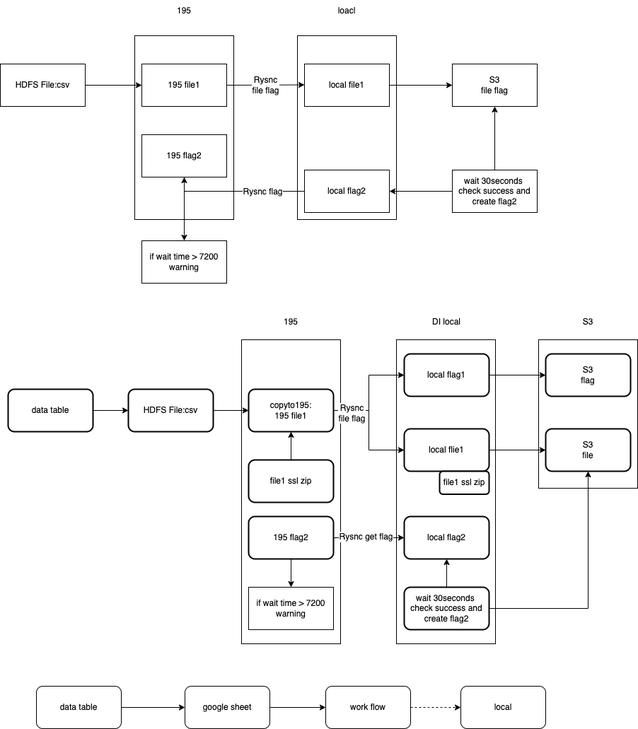
Above: test.drawio.png in a490888602/draw (draw.io), before the change. Source tidied: cells renumbered, new cells last; positions are measured from the earlier drawing's top-left corner, leaving out a move shared by most shapes.
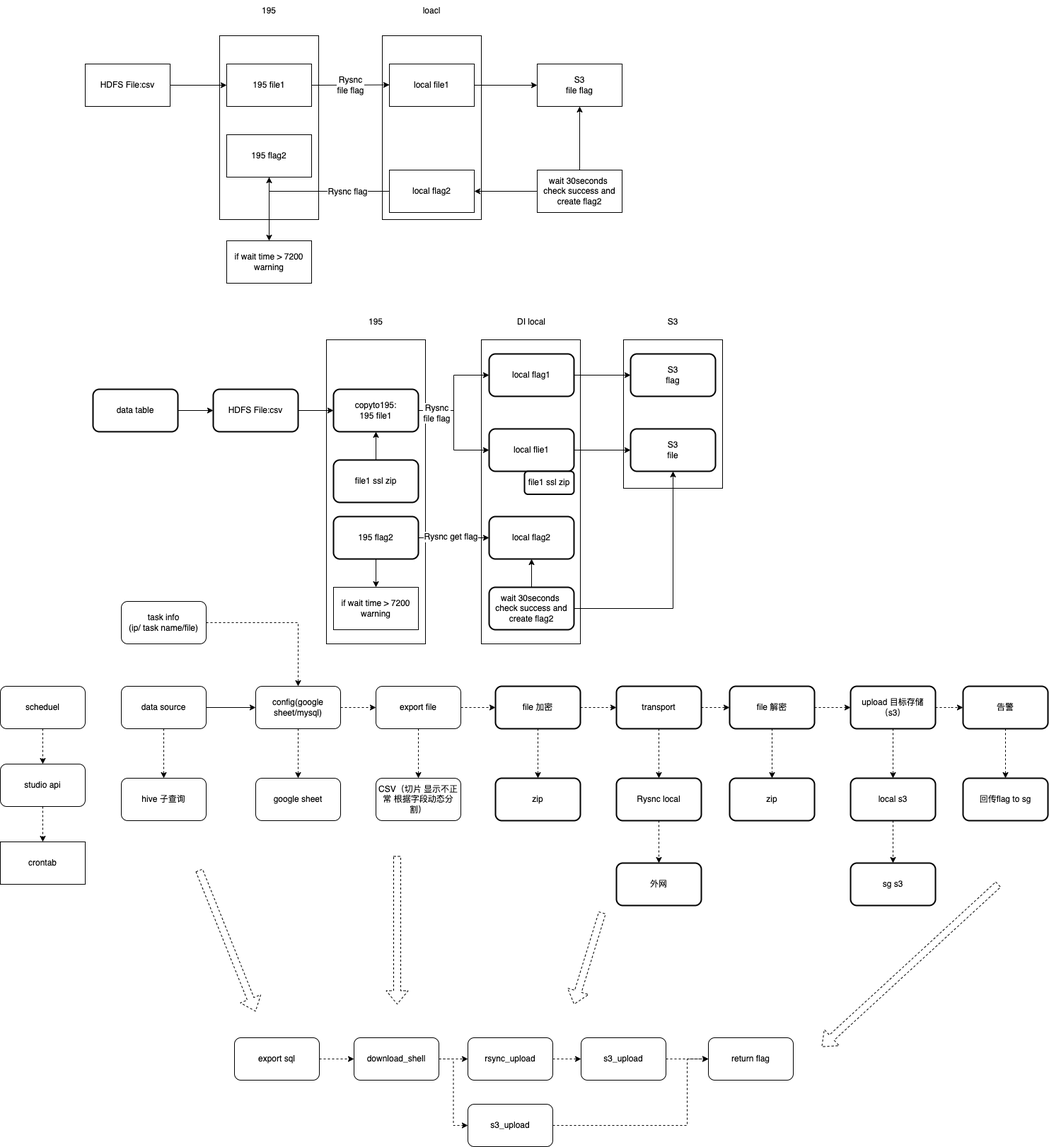
Later version of the same file.

What changed in the source:
```diff
@@ -166,29 +166,199 @@
     <mxCell id="53" value="S3" style="text;html=1;strokeColor=none;fillColor=none;align=center;verticalAlign=middle;whiteSpace=wrap;rounded=0;" parent="1" vertex="1">
       <mxGeometry x="801" y="440" width="60" height="30" as="geometry" />
     </mxCell>
-    <mxCell id="54" style="edgeStyle=orthogonalEdgeStyle;rounded=0;jettySize=auto;html=1;" parent="1" edge="1" source="55" target="59">
-      <mxGeometry relative="1" as="geometry" />
-    </mxCell>
+    <mxCell id="62" style="edgeStyle=orthogonalEdgeStyle;rounded=0;jettySize=auto;html=1;dashed=1;" parent="1" edge="1" source="55" target="68">
+      <mxGeometry relative="1" as="geometry" />
+    </mxCell>
+    <mxCell id="63" style="edgeStyle=orthogonalEdgeStyle;rounded=0;jettySize=auto;html=1;dashed=1;" parent="1" edge="1" source="55" target="84">
+      <mxGeometry relative="1" as="geometry" />
+    </mxCell>
-    <mxCell id="55" value="google sheet" style="rounded=1;whiteSpace=wrap;html=1;" parent="1" vertex="1">
-      <mxGeometry x="261" y="970" width="120" height="60" as="geometry" />
+    <mxCell id="55" value="config(google sheet/mysql)" style="rounded=1;whiteSpace=wrap;html=1;" parent="1" vertex="1">
+      <mxGeometry x="241" y="970" width="120" height="60" as="geometry" />
     </mxCell>
     <mxCell id="56" style="edgeStyle=orthogonalEdgeStyle;rounded=0;jettySize=auto;html=1;" parent="1" edge="1" source="57" target="55">
       <mxGeometry relative="1" as="geometry" />
     </mxCell>
+    <mxCell id="64" style="edgeStyle=orthogonalEdgeStyle;rounded=0;jettySize=auto;html=1;dashed=1;" parent="1" edge="1" source="57" target="83">
+      <mxGeometry relative="1" as="geometry" />
+    </mxCell>
-    <mxCell id="57" value="data table" style="rounded=1;whiteSpace=wrap;html=1;" parent="1" vertex="1">
+    <mxCell id="57" value="data source" style="rounded=1;whiteSpace=wrap;html=1;" parent="1" vertex="1">
       <mxGeometry x="51" y="970" width="120" height="60" as="geometry" />
     </mxCell>
-    <mxCell id="58" style="edgeStyle=orthogonalEdgeStyle;rounded=0;jettySize=auto;html=1;dashed=1;" parent="1" edge="1" source="59" target="60">
-      <mxGeometry relative="1" as="geometry" />
-    </mxCell>
+    <mxCell id="65" style="edgeStyle=orthogonalEdgeStyle;rounded=0;jettySize=auto;html=1;dashed=1;" parent="1" edge="1" source="59" target="96">
+      <mxGeometry relative="1" as="geometry" />
+    </mxCell>
-    <mxCell id="59" value="work flow" style="whiteSpace=wrap;html=1;rounded=1;" parent="1" vertex="1">
-      <mxGeometry x="460" y="970" width="120" height="60" as="geometry" />
+    <mxCell id="59" value="scheduel" style="whiteSpace=wrap;html=1;rounded=1;" parent="1" vertex="1">
+      <mxGeometry x="-120" y="970" width="120" height="60" as="geometry" />
     </mxCell>
-    <mxCell id="60" value="local" style="whiteSpace=wrap;html=1;rounded=1;" parent="1" vertex="1">
-      <mxGeometry x="651" y="970" width="120" height="60" as="geometry" />
-    </mxCell>
     <mxCell id="61" value="file1 ssl zip" style="rounded=1;whiteSpace=wrap;html=1;strokeWidth=2;" parent="1" vertex="1">
       <mxGeometry x="621" y="666" width="70" height="32.5" as="geometry" />
     </mxCell>
+    <mxCell id="66" style="edgeStyle=orthogonalEdgeStyle;rounded=0;jettySize=auto;html=1;dashed=1;" parent="1" edge="1" source="68" target="71">
+      <mxGeometry relative="1" as="geometry" />
+    </mxCell>
+    <mxCell id="67" style="edgeStyle=orthogonalEdgeStyle;rounded=0;jettySize=auto;html=1;dashed=1;" parent="1" edge="1" source="68" target="85">
+      <mxGeometry relative="1" as="geometry" />
+    </mxCell>
+    <mxCell id="68" value="export file" style="rounded=1;whiteSpace=wrap;html=1;" parent="1" vertex="1">
+      <mxGeometry x="411" y="970" width="120" height="60" as="geometry" />
+    </mxCell>
+    <mxCell id="69" style="edgeStyle=orthogonalEdgeStyle;rounded=0;jettySize=auto;html=1;dashed=1;" parent="1" edge="1" source="71" target="74">
+      <mxGeometry relative="1" as="geometry" />
+    </mxCell>
+    <mxCell id="70" style="edgeStyle=orthogonalEdgeStyle;rounded=0;jettySize=auto;html=1;dashed=1;" parent="1" edge="1" source="71" target="86">
+      <mxGeometry relative="1" as="geometry" />
+    </mxCell>
+    <mxCell id="71" value="file 加密" style="rounded=1;whiteSpace=wrap;html=1;strokeWidth=2;" parent="1" vertex="1">
+      <mxGeometry x="580" y="970" width="120" height="60" as="geometry" />
+    </mxCell>
+    <mxCell id="72" style="edgeStyle=orthogonalEdgeStyle;rounded=0;jettySize=auto;html=1;dashed=1;" parent="1" edge="1" source="74" target="77">
+      <mxGeometry relative="1" as="geometry" />
+    </mxCell>
+    <mxCell id="73" style="edgeStyle=orthogonalEdgeStyle;rounded=0;jettySize=auto;html=1;dashed=1;" parent="1" edge="1" source="74" target="88">
+      <mxGeometry relative="1" as="geometry" />
+    </mxCell>
+    <mxCell id="74" value="transport" style="rounded=1;whiteSpace=wrap;html=1;strokeWidth=2;" parent="1" vertex="1">
+      <mxGeometry x="751" y="970" width="120" height="60" as="geometry" />
+    </mxCell>
+    <mxCell id="75" style="edgeStyle=orthogonalEdgeStyle;rounded=0;jettySize=auto;html=1;dashed=1;" parent="1" edge="1" source="77" target="80">
+      <mxGeometry relative="1" as="geometry" />
+    </mxCell>
+    <mxCell id="76" style="edgeStyle=orthogonalEdgeStyle;rounded=0;jettySize=auto;html=1;dashed=1;" parent="1" edge="1" source="77" target="92">
+      <mxGeometry relative="1" as="geometry" />
+    </mxCell>
+    <mxCell id="77" value="file 解密" style="rounded=1;whiteSpace=wrap;html=1;strokeWidth=2;" parent="1" vertex="1">
+      <mxGeometry x="911" y="970" width="120" height="60" as="geometry" />
+    </mxCell>
+    <mxCell id="78" style="edgeStyle=orthogonalEdgeStyle;rounded=0;jettySize=auto;html=1;dashed=1;" parent="1" edge="1" source="80" target="82">
+      <mxGeometry relative="1" as="geometry" />
+    </mxCell>
+    <mxCell id="79" style="edgeStyle=orthogonalEdgeStyle;rounded=0;jettySize=auto;html=1;dashed=1;" parent="1" edge="1" source="80" target="91">
+      <mxGeometry relative="1" as="geometry" />
+    </mxCell>
+    <mxCell id="80" value="upload 目标存储（s3）" style="rounded=1;whiteSpace=wrap;html=1;strokeWidth=2;" parent="1" vertex="1">
+      <mxGeometry x="1082" y="970" width="120" height="60" as="geometry" />
+    </mxCell>
+    <mxCell id="81" style="edgeStyle=orthogonalEdgeStyle;rounded=0;jettySize=auto;html=1;dashed=1;" parent="1" edge="1" source="82" target="94">
+      <mxGeometry relative="1" as="geometry" />
+    </mxCell>
+    <mxCell id="82" value="告警" style="rounded=1;whiteSpace=wrap;html=1;strokeWidth=2;" parent="1" vertex="1">
+      <mxGeometry x="1241" y="970" width="120" height="60" as="geometry" />
+    </mxCell>
+    <mxCell id="83" value="hive 子查询" style="rounded=1;whiteSpace=wrap;html=1;" parent="1" vertex="1">
+      <mxGeometry x="51" y="1100" width="120" height="60" as="geometry" />
+    </mxCell>
+    <mxCell id="84" value="google sheet" style="rounded=1;whiteSpace=wrap;html=1;" parent="1" vertex="1">
+      <mxGeometry x="241" y="1100" width="120" height="60" as="geometry" />
+    </mxCell>
+    <mxCell id="85" value="CSV（切片 显示不正常 根据字段动态分割）" style="rounded=1;whiteSpace=wrap;html=1;" parent="1" vertex="1">
+      <mxGeometry x="411" y="1100" width="120" height="60" as="geometry" />
+    </mxCell>
+    <mxCell id="86" value="zip" style="rounded=1;whiteSpace=wrap;html=1;strokeWidth=2;" parent="1" vertex="1">
+      <mxGeometry x="580" y="1100" width="120" height="60" as="geometry" />
+    </mxCell>
+    <mxCell id="87" style="edgeStyle=orthogonalEdgeStyle;rounded=0;jettySize=auto;html=1;dashed=1;" parent="1" edge="1" source="88" target="89">
+      <mxGeometry relative="1" as="geometry" />
+    </mxCell>
+    <mxCell id="88" value="Rysnc local" style="rounded=1;whiteSpace=wrap;html=1;strokeWidth=2;" parent="1" vertex="1">
+      <mxGeometry x="751" y="1100" width="120" height="60" as="geometry" />
+    </mxCell>
+    <mxCell id="89" value="外网" style="rounded=1;whiteSpace=wrap;html=1;strokeWidth=2;" parent="1" vertex="1">
+      <mxGeometry x="751" y="1220" width="120" height="60" as="geometry" />
+    </mxCell>
+    <mxCell id="90" style="edgeStyle=orthogonalEdgeStyle;rounded=0;jettySize=auto;html=1;dashed=1;" parent="1" edge="1" source="91" target="93">
+      <mxGeometry relative="1" as="geometry" />
+    </mxCell>
+    <mxCell id="91" value="local s3" style="rounded=1;whiteSpace=wrap;html=1;strokeWidth=2;" parent="1" vertex="1">
+      <mxGeometry x="1082" y="1100" width="120" height="60" as="geometry" />
+    </mxCell>
+    <mxCell id="92" value="zip" style="rounded=1;whiteSpace=wrap;html=1;strokeWidth=2;" parent="1" vertex="1">
+      <mxGeometry x="911" y="1100" width="120" height="60" as="geometry" />
+    </mxCell>
+    <mxCell id="93" value="sg s3" style="rounded=1;whiteSpace=wrap;html=1;strokeWidth=2;" parent="1" vertex="1">
+      <mxGeometry x="1082" y="1220" width="120" height="60" as="geometry" />
+    </mxCell>
+    <mxCell id="94" value="回传flag to sg" style="rounded=1;whiteSpace=wrap;html=1;strokeWidth=2;" parent="1" vertex="1">
+      <mxGeometry x="1241" y="1100" width="120" height="60" as="geometry" />
+    </mxCell>
+    <mxCell id="95" style="edgeStyle=orthogonalEdgeStyle;rounded=0;jettySize=auto;html=1;dashed=1;" parent="1" edge="1" source="96" target="97">
+      <mxGeometry relative="1" as="geometry" />
+    </mxCell>
+    <mxCell id="96" value="studio api" style="whiteSpace=wrap;html=1;rounded=1;" parent="1" vertex="1">
+      <mxGeometry x="-120" y="1080" width="120" height="60" as="geometry" />
+    </mxCell>
+    <mxCell id="97" value="crontab" style="whiteSpace=wrap;html=1;" parent="1" vertex="1">
+      <mxGeometry x="-120" y="1190" width="120" height="60" as="geometry" />
+    </mxCell>
+    <mxCell id="98" style="edgeStyle=orthogonalEdgeStyle;rounded=0;jettySize=auto;html=1;entryX=0.5;entryY=0;entryDx=0;entryDy=0;dashed=1;" parent="1" edge="1" source="99" target="55">
+      <mxGeometry relative="1" as="geometry" />
+    </mxCell>
+    <mxCell id="99" value="task info&lt;br&gt;(ip/ task name/file)" style="rounded=1;whiteSpace=wrap;html=1;" parent="1" vertex="1">
+      <mxGeometry x="51" y="850" width="120" height="60" as="geometry" />
+    </mxCell>
+    <mxCell id="100" style="edgeStyle=orthogonalEdgeStyle;rounded=0;jettySize=auto;html=1;dashed=1;" parent="1" edge="1" source="102" target="106">
+      <mxGeometry relative="1" as="geometry" />
+    </mxCell>
+    <mxCell id="101" style="edgeStyle=orthogonalEdgeStyle;rounded=0;jettySize=auto;html=1;entryX=0;entryY=0.5;entryDx=0;entryDy=0;dashed=1;" parent="1" edge="1" source="102" target="104">
+      <mxGeometry relative="1" as="geometry" />
+    </mxCell>
+    <mxCell id="102" value="download_shell" style="rounded=1;whiteSpace=wrap;html=1;" parent="1" vertex="1">
+      <mxGeometry x="380" y="1467" width="120" height="60" as="geometry" />
+    </mxCell>
+    <mxCell id="103" style="edgeStyle=orthogonalEdgeStyle;rounded=0;jettySize=auto;html=1;entryX=0;entryY=0.5;entryDx=0;entryDy=0;dashed=1;" parent="1" edge="1" source="104" target="111">
+      <mxGeometry relative="1" as="geometry">
+        <Array as="points">
+          <mxPoint x="851" y="1591" />
+          <mxPoint x="851" y="1497" />
+        </Array>
+      </mxGeometry>
+    </mxCell>
+    <mxCell id="104" value="&lt;span style=&quot;text-align: left;&quot;&gt;s3_upload&lt;/span&gt;" style="rounded=1;whiteSpace=wrap;html=1;" parent="1" vertex="1">
+      <mxGeometry x="541" y="1561" width="120" height="60" as="geometry" />
+    </mxCell>
+    <mxCell id="105" style="edgeStyle=orthogonalEdgeStyle;rounded=0;jettySize=auto;html=1;dashed=1;" parent="1" edge="1" source="106" target="110">
+      <mxGeometry relative="1" as="geometry" />
+    </mxCell>
+    <mxCell id="106" value="&lt;span style=&quot;text-align: left;&quot;&gt;rsync_upload&lt;/span&gt;" style="rounded=1;whiteSpace=wrap;html=1;" parent="1" vertex="1">
+      <mxGeometry x="541" y="1467" width="120" height="60" as="geometry" />
+    </mxCell>
+    <mxCell id="107" style="edgeStyle=orthogonalEdgeStyle;rounded=0;jettySize=auto;html=1;dashed=1;" parent="1" edge="1" source="108" target="102">
+      <mxGeometry relative="1" as="geometry" />
+    </mxCell>
+    <mxCell id="108" value="export sql" style="rounded=1;whiteSpace=wrap;html=1;" parent="1" vertex="1">
+      <mxGeometry x="211" y="1467" width="120" height="60" as="geometry" />
+    </mxCell>
+    <mxCell id="109" style="edgeStyle=orthogonalEdgeStyle;rounded=0;jettySize=auto;html=1;dashed=1;" parent="1" edge="1" source="110" target="111">
+      <mxGeometry relative="1" as="geometry" />
+    </mxCell>
+    <mxCell id="110" value="&lt;span style=&quot;text-align: left;&quot;&gt;s3_upload&lt;/span&gt;" style="rounded=1;whiteSpace=wrap;html=1;" parent="1" vertex="1">
+      <mxGeometry x="701" y="1467" width="120" height="60" as="geometry" />
+    </mxCell>
+    <mxCell id="111" value="&lt;span style=&quot;text-align: left;&quot;&gt;return flag&lt;/span&gt;" style="rounded=1;whiteSpace=wrap;html=1;" parent="1" vertex="1">
+      <mxGeometry x="881" y="1467" width="120" height="60" as="geometry" />
+    </mxCell>
+    <mxCell id="112" style="shape=flexArrow;endArrow=classic;html=1;rounded=0;dashed=1;" parent="1" edge="1">
+      <mxGeometry relative="1" as="geometry">
+        <mxPoint x="161" y="1230" as="sourcePoint" />
+        <mxPoint x="241" y="1430" as="targetPoint" />
+      </mxGeometry>
+    </mxCell>
+    <mxCell id="113" style="shape=flexArrow;endArrow=classic;html=1;rounded=0;dashed=1;" parent="1" edge="1">
+      <mxGeometry relative="1" as="geometry">
+        <mxPoint x="441" y="1210" as="sourcePoint" />
+        <mxPoint x="441" y="1420" as="targetPoint" />
+      </mxGeometry>
+    </mxCell>
+    <mxCell id="114" style="shape=flexArrow;endArrow=classic;html=1;rounded=0;dashed=1;" parent="1" edge="1">
+      <mxGeometry relative="1" as="geometry">
+        <mxPoint x="731" y="1290" as="sourcePoint" />
+        <mxPoint x="691" y="1420" as="targetPoint" />
+      </mxGeometry>
+    </mxCell>
+    <mxCell id="115" style="shape=flexArrow;endArrow=classic;html=1;rounded=0;dashed=1;" parent="1" edge="1">
+      <mxGeometry relative="1" as="geometry">
+        <mxPoint x="1291" y="1250" as="sourcePoint" />
+        <mxPoint x="1041" y="1480" as="targetPoint" />
+      </mxGeometry>
+    </mxCell>
   </root>
 </mxGraphModel>
```
